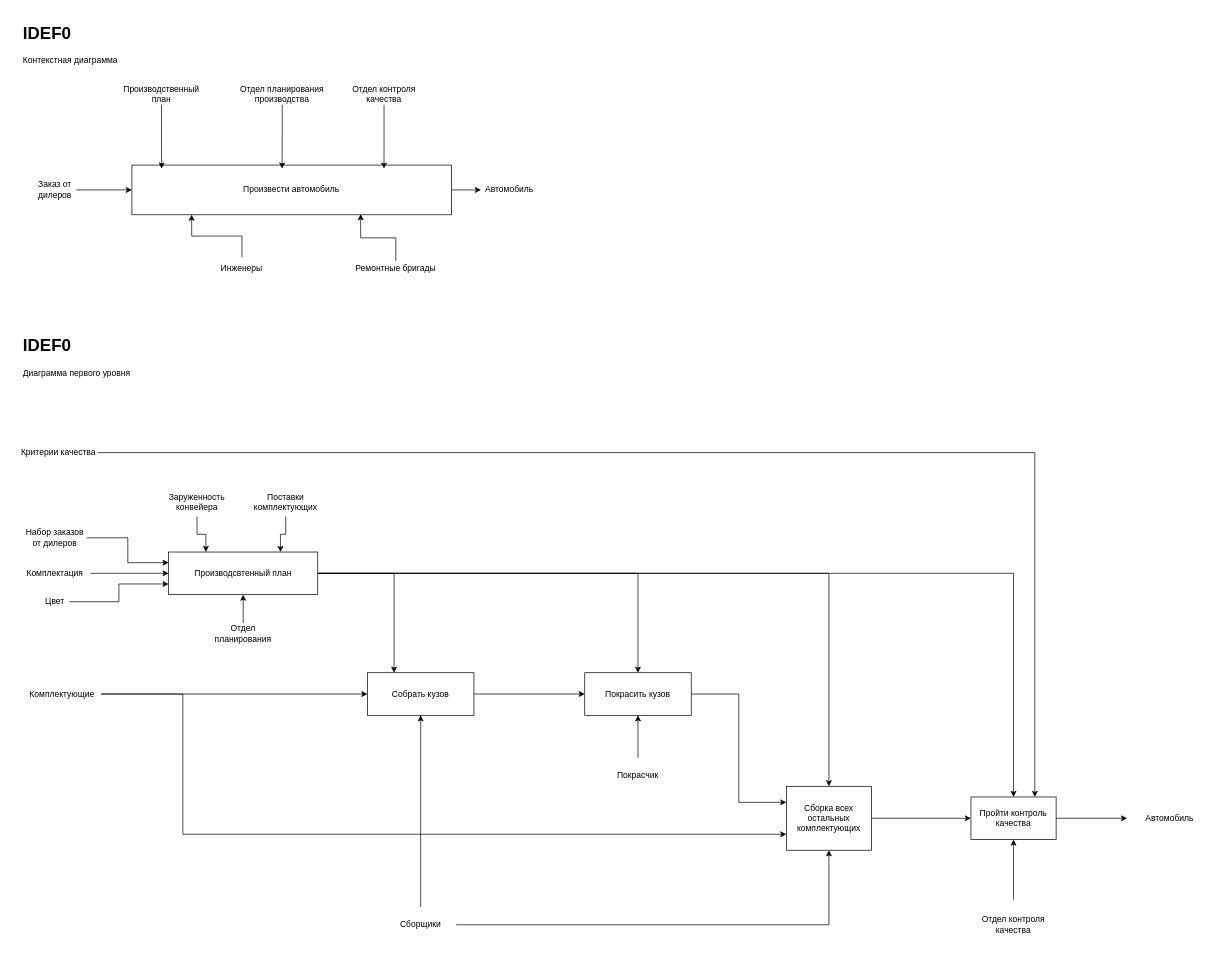
Before: hw03-rfp/RFP_IDEF0_Surkov.drawio in maximumSHOT-HSE/SD, a draw.io diagram. Source tidied: cells renumbered, new cells numbered last; positions are measured from the earlier drawing's top-left corner, leaving out a move shared by most shapes. Both pictures are drawn from the tidied source at 71%, with x=0, y=0 at pixel (19, 19).
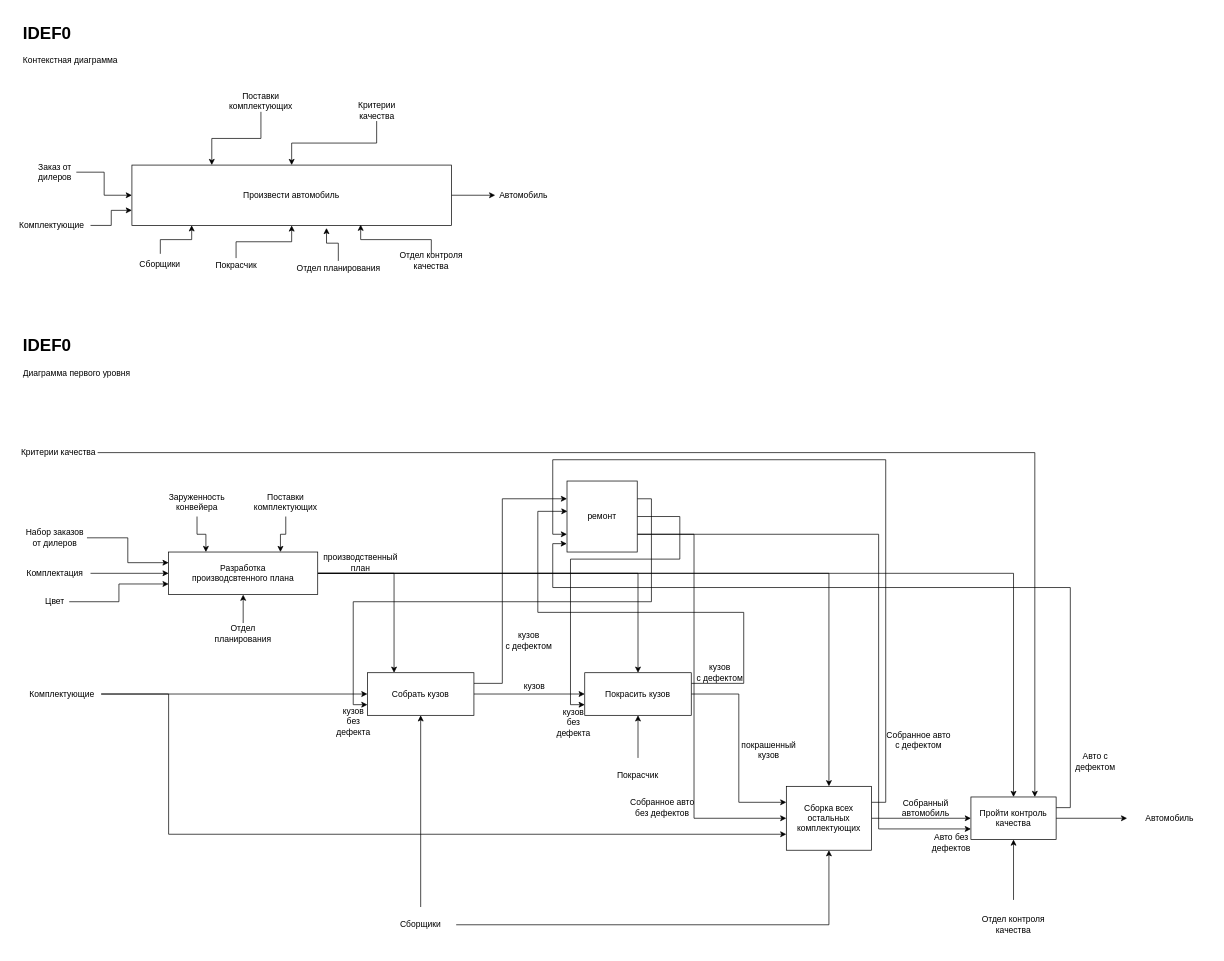
The same diagram, later.

The change refers to these unchanged cells:
```xml
<mxCell id="39" value="Комплектующие" style="text;html=1;strokeColor=none;fillColor=none;align=center;verticalAlign=middle;whiteSpace=wrap;rounded=0;" parent="1" vertex="1">
  <mxGeometry x="5" y="935" width="110" height="30" as="geometry" />
</mxCell>
<mxCell id="41" value="Сборка всех остальных комплектующих" style="rounded=0;whiteSpace=wrap;html=1;" parent="1" vertex="1">
  <mxGeometry x="1080" y="1080" width="120" height="90" as="geometry" />
</mxCell>
<mxCell id="43" value="Собрать кузов" style="rounded=0;whiteSpace=wrap;html=1;" parent="1" vertex="1">
  <mxGeometry x="490" y="920" width="150" height="60" as="geometry" />
</mxCell>
<mxCell id="47" value="Покрасить кузов" style="rounded=0;whiteSpace=wrap;html=1;" parent="1" vertex="1">
  <mxGeometry x="796.1" y="920" width="150" height="60" as="geometry" />
</mxCell>
<mxCell id="51" value="Пройти контроль качества" style="rounded=0;whiteSpace=wrap;html=1;" parent="1" vertex="1">
  <mxGeometry x="1340" y="1095" width="120" height="60" as="geometry" />
</mxCell>
```

What changed in the source:
```diff
@@
     <mxCell id="3" value="Заказ от дилеров" style="text;html=1;strokeColor=none;fillColor=none;align=center;verticalAlign=middle;whiteSpace=wrap;rounded=0;" parent="1" vertex="1">
-      <mxGeometry x="20" y="225" width="60" height="30" as="geometry" />
+      <mxGeometry x="20" y="200" width="60" height="30" as="geometry" />
     </mxCell>
@@
     <mxCell id="5" value="Произвести автомобиль" style="rounded=0;whiteSpace=wrap;html=1;" parent="1" vertex="1">
-      <mxGeometry x="158.3" y="205" width="450" height="70" as="geometry" />
+      <mxGeometry x="158.3" y="205" width="450" height="85" as="geometry" />
     </mxCell>
     <mxCell id="6" value="Автомобиль" style="text;html=1;strokeColor=none;fillColor=none;align=center;verticalAlign=middle;whiteSpace=wrap;rounded=0;" parent="1" vertex="1">
-      <mxGeometry x="650" y="230" width="80" height="20" as="geometry" />
+      <mxGeometry x="670" y="237.5" width="80" height="20" as="geometry" />
     </mxCell>
-    <mxCell id="7" style="edgeStyle=orthogonalEdgeStyle;rounded=0;jettySize=auto;html=1;entryX=0.093;entryY=0.071;entryDx=0;entryDy=0;entryPerimeter=0;" parent="1" edge="1" source="8" target="5">
-      <mxGeometry relative="1" as="geometry" />
-    </mxCell>
-    <mxCell id="8" value="Производственный план" style="text;html=1;strokeColor=none;fillColor=none;align=center;verticalAlign=middle;whiteSpace=wrap;rounded=0;" parent="1" vertex="1">
-      <mxGeometry x="160" y="90" width="80" height="30" as="geometry" />
-    </mxCell>
-    <mxCell id="9" style="edgeStyle=orthogonalEdgeStyle;rounded=0;jettySize=auto;html=1;entryX=0.789;entryY=0.071;entryDx=0;entryDy=0;entryPerimeter=0;" parent="1" edge="1" source="10" target="5">
-      <mxGeometry relative="1" as="geometry" />
-    </mxCell>
-    <mxCell id="10" value="Отдел контроля качества" style="text;html=1;strokeColor=none;fillColor=none;align=center;verticalAlign=middle;whiteSpace=wrap;rounded=0;" parent="1" vertex="1">
-      <mxGeometry x="460" y="90" width="106.7" height="30" as="geometry" />
-    </mxCell>
-    <mxCell id="11" style="edgeStyle=orthogonalEdgeStyle;rounded=0;jettySize=auto;html=1;entryX=0.47;entryY=0.071;entryDx=0;entryDy=0;entryPerimeter=0;" parent="1" edge="1" source="12" target="5">
+    <mxCell id="11" style="edgeStyle=orthogonalEdgeStyle;rounded=0;jettySize=auto;html=1;entryX=0.25;entryY=0;entryDx=0;entryDy=0;" parent="1" edge="1" source="12" target="5">
       <mxGeometry relative="1" as="geometry" />
     </mxCell>
-    <mxCell id="12" value="Отдел планирования производства" style="text;html=1;strokeColor=none;fillColor=none;align=center;verticalAlign=middle;whiteSpace=wrap;rounded=0;" parent="1" vertex="1">
-      <mxGeometry x="310" y="90" width="120" height="30" as="geometry" />
+    <mxCell id="12" value="Поставки комплектующих" style="text;html=1;strokeColor=none;fillColor=none;align=center;verticalAlign=middle;whiteSpace=wrap;rounded=0;" parent="1" vertex="1">
+      <mxGeometry x="280" y="100" width="120" height="30" as="geometry" />
     </mxCell>
@@
-    <mxCell id="14" value="Инженеры" style="text;html=1;strokeColor=none;fillColor=none;align=center;verticalAlign=middle;whiteSpace=wrap;rounded=0;" parent="1" vertex="1">
-      <mxGeometry x="273.3" y="335" width="80" height="30" as="geometry" />
+    <mxCell id="14" value="Сборщики" style="text;html=1;strokeColor=none;fillColor=none;align=center;verticalAlign=middle;whiteSpace=wrap;rounded=0;" parent="1" vertex="1">
+      <mxGeometry x="158.3" y="330" width="80" height="30" as="geometry" />
     </mxCell>
@@
-    <mxCell id="16" value="Ремонтные бригады" style="text;html=1;strokeColor=none;fillColor=none;align=center;verticalAlign=middle;whiteSpace=wrap;rounded=0;" parent="1" vertex="1">
-      <mxGeometry x="470" y="340" width="120" height="20" as="geometry" />
+    <mxCell id="16" value="Отдел контроля качества" style="text;html=1;strokeColor=none;fillColor=none;align=center;verticalAlign=middle;whiteSpace=wrap;rounded=0;" parent="1" vertex="1">
+      <mxGeometry x="520" y="330" width="120" height="20" as="geometry" />
     </mxCell>
@@
-    <mxCell id="29" value="Производсвтенный план" style="rounded=0;whiteSpace=wrap;html=1;" parent="1" vertex="1">
+    <mxCell id="29" value="Разработка &lt;br&gt;производсвтенного плана" style="rounded=0;whiteSpace=wrap;html=1;" parent="1" vertex="1">
       <mxGeometry x="210" y="750" width="210" height="60" as="geometry" />
     </mxCell>
@@
     <mxCell id="38" style="edgeStyle=orthogonalEdgeStyle;rounded=0;jettySize=auto;html=1;entryX=0;entryY=0.75;entryDx=0;entryDy=0;" parent="1" edge="1" source="39" target="41">
       <mxGeometry relative="1" as="geometry">
         <Array as="points">
-          <mxPoint x="230" y="950" />
-          <mxPoint x="230" y="1148" />
+          <mxPoint x="210" y="950" />
+          <mxPoint x="210" y="1148" />
         </Array>
       </mxGeometry>
     </mxCell>
@@
+    <mxCell id="57" style="edgeStyle=orthogonalEdgeStyle;rounded=0;jettySize=auto;html=1;exitX=1;exitY=0.25;exitDx=0;exitDy=0;entryX=0;entryY=0.75;entryDx=0;entryDy=0;" parent="1" edge="1" source="41" target="75">
+      <mxGeometry relative="1" as="geometry">
+        <Array as="points">
+          <mxPoint x="1220" y="1103" />
+          <mxPoint x="1220" y="620" />
+          <mxPoint x="751" y="620" />
+          <mxPoint x="751" y="725" />
+        </Array>
+      </mxGeometry>
+    </mxCell>
@@
+    <mxCell id="58" style="edgeStyle=orthogonalEdgeStyle;rounded=0;jettySize=auto;html=1;exitX=1;exitY=0.25;exitDx=0;exitDy=0;entryX=0;entryY=0.25;entryDx=0;entryDy=0;" parent="1" edge="1" source="43" target="75">
+      <mxGeometry relative="1" as="geometry">
+        <Array as="points">
+          <mxPoint x="680" y="935" />
+          <mxPoint x="680" y="675" />
+        </Array>
+      </mxGeometry>
+    </mxCell>
@@
+    <mxCell id="59" style="edgeStyle=orthogonalEdgeStyle;rounded=0;jettySize=auto;html=1;exitX=1;exitY=0.25;exitDx=0;exitDy=0;entryX=0.006;entryY=0.427;entryDx=0;entryDy=0;entryPerimeter=0;" parent="1" edge="1" source="47" target="75">
+      <mxGeometry relative="1" as="geometry">
+        <Array as="points">
+          <mxPoint x="1020" y="935" />
+          <mxPoint x="1020" y="835" />
+          <mxPoint x="730" y="835" />
+          <mxPoint x="730" y="693" />
+        </Array>
+      </mxGeometry>
+    </mxCell>
@@
+    <mxCell id="60" style="edgeStyle=orthogonalEdgeStyle;rounded=0;jettySize=auto;html=1;exitX=1;exitY=0.25;exitDx=0;exitDy=0;entryX=-0.003;entryY=0.882;entryDx=0;entryDy=0;entryPerimeter=0;" parent="1" edge="1" source="51" target="75">
+      <mxGeometry relative="1" as="geometry">
+        <Array as="points">
+          <mxPoint x="1480" y="1110" />
+          <mxPoint x="1480" y="800" />
+          <mxPoint x="751" y="800" />
+          <mxPoint x="751" y="738" />
+        </Array>
+      </mxGeometry>
+    </mxCell>
@@
+    <mxCell id="61" style="edgeStyle=orthogonalEdgeStyle;rounded=0;jettySize=auto;html=1;" parent="1" edge="1" source="62" target="5">
+      <mxGeometry relative="1" as="geometry" />
+    </mxCell>
+    <mxCell id="62" value="Покрасчик" style="text;html=1;align=center;verticalAlign=middle;points=[];" parent="1" vertex="1">
+      <mxGeometry x="270" y="336" width="70" height="20" as="geometry" />
+    </mxCell>
+    <mxCell id="63" style="edgeStyle=orthogonalEdgeStyle;rounded=0;jettySize=auto;html=1;entryX=0;entryY=0.75;entryDx=0;entryDy=0;" parent="1" edge="1" source="64" target="5">
+      <mxGeometry relative="1" as="geometry" />
+    </mxCell>
+    <mxCell id="64" value="Комплектующие" style="text;html=1;align=center;verticalAlign=middle;points=[];" parent="1" vertex="1">
+      <mxGeometry x="-10" y="280" width="110" height="20" as="geometry" />
+    </mxCell>
+    <mxCell id="65" style="edgeStyle=orthogonalEdgeStyle;rounded=0;jettySize=auto;html=1;entryX=0.609;entryY=1.043;entryDx=0;entryDy=0;entryPerimeter=0;" parent="1" edge="1" source="66" target="5">
+      <mxGeometry relative="1" as="geometry" />
+    </mxCell>
+    <mxCell id="66" value="Отдел планирования" style="text;html=1;align=center;verticalAlign=middle;points=[];" parent="1" vertex="1">
+      <mxGeometry x="384" y="340" width="130" height="20" as="geometry" />
+    </mxCell>
+    <mxCell id="67" value="производственный&lt;br&gt;план" style="text;html=1;align=center;verticalAlign=middle;" parent="1" vertex="1">
+      <mxGeometry x="420" y="750" width="120" height="30" as="geometry" />
+    </mxCell>
+    <mxCell id="68" value="кузов" style="text;html=1;align=center;verticalAlign=middle;" parent="1" vertex="1">
+      <mxGeometry x="700" y="930" width="50" height="20" as="geometry" />
+    </mxCell>
+    <mxCell id="69" value="покрашенный&lt;br&gt;кузов" style="text;html=1;align=center;verticalAlign=middle;" parent="1" vertex="1">
+      <mxGeometry x="1010" y="1014" width="90" height="30" as="geometry" />
+    </mxCell>
+    <mxCell id="70" value="Собранный&lt;br&gt;автомобиль" style="text;html=1;align=center;verticalAlign=middle;" parent="1" vertex="1">
+      <mxGeometry x="1236" y="1096" width="80" height="30" as="geometry" />
+    </mxCell>
+    <mxCell id="71" style="edgeStyle=orthogonalEdgeStyle;rounded=0;jettySize=auto;html=1;exitX=1;exitY=0.25;exitDx=0;exitDy=0;entryX=0;entryY=0.75;entryDx=0;entryDy=0;" parent="1" edge="1" source="75" target="43">
+      <mxGeometry relative="1" as="geometry">
+        <Array as="points">
+          <mxPoint x="890" y="675" />
+          <mxPoint x="890" y="820" />
+          <mxPoint x="470" y="820" />
+          <mxPoint x="470" y="965" />
+        </Array>
+      </mxGeometry>
+    </mxCell>
+    <mxCell id="72" style="edgeStyle=orthogonalEdgeStyle;rounded=0;jettySize=auto;html=1;exitX=1;exitY=0.5;exitDx=0;exitDy=0;entryX=0;entryY=0.75;entryDx=0;entryDy=0;" parent="1" edge="1" source="75" target="47">
+      <mxGeometry relative="1" as="geometry">
+        <Array as="points">
+          <mxPoint x="930" y="700" />
+          <mxPoint x="930" y="760" />
+          <mxPoint x="776" y="760" />
+          <mxPoint x="776" y="965" />
+        </Array>
+      </mxGeometry>
+    </mxCell>
+    <mxCell id="73" style="edgeStyle=orthogonalEdgeStyle;rounded=0;jettySize=auto;html=1;exitX=1;exitY=0.75;exitDx=0;exitDy=0;entryX=0;entryY=0.5;entryDx=0;entryDy=0;" parent="1" edge="1" source="75" target="41">
+      <mxGeometry relative="1" as="geometry">
+        <Array as="points">
+          <mxPoint x="950" y="725" />
+          <mxPoint x="950" y="1125" />
+        </Array>
+      </mxGeometry>
+    </mxCell>
+    <mxCell id="74" style="edgeStyle=orthogonalEdgeStyle;rounded=0;jettySize=auto;html=1;exitX=1;exitY=0.75;exitDx=0;exitDy=0;entryX=0;entryY=0.75;entryDx=0;entryDy=0;" parent="1" edge="1" source="75" target="51">
+      <mxGeometry relative="1" as="geometry">
+        <Array as="points">
+          <mxPoint x="1210" y="725" />
+          <mxPoint x="1210" y="1140" />
+        </Array>
+      </mxGeometry>
+    </mxCell>
+    <mxCell id="75" value="ремонт" style="rounded=0;whiteSpace=wrap;html=1;" parent="1" vertex="1">
+      <mxGeometry x="771.1" y="650" width="98.9" height="100" as="geometry" />
+    </mxCell>
+    <mxCell id="76" value="кузов&lt;br&gt;с дефектом" style="text;html=1;align=center;verticalAlign=middle;" parent="1" vertex="1">
+      <mxGeometry x="677" y="860" width="80" height="30" as="geometry" />
+    </mxCell>
+    <mxCell id="77" value="кузов&lt;br&gt;без&lt;br&gt;дефекта" style="text;html=1;align=center;verticalAlign=middle;" parent="1" vertex="1">
+      <mxGeometry x="440" y="964" width="60" height="50" as="geometry" />
+    </mxCell>
+    <mxCell id="78" value="кузов&lt;br&gt;с дефектом" style="text;html=1;align=center;verticalAlign=middle;" parent="1" vertex="1">
+      <mxGeometry x="946.1" y="905" width="80" height="30" as="geometry" />
+    </mxCell>
+    <mxCell id="79" value="кузов&lt;br&gt;без&lt;br&gt;дефекта" style="text;html=1;align=center;verticalAlign=middle;" parent="1" vertex="1">
+      <mxGeometry x="750" y="965" width="60" height="50" as="geometry" />
+    </mxCell>
+    <mxCell id="80" value="Собранное авто&lt;br&gt;с дефектом" style="text;html=1;align=center;verticalAlign=middle;" parent="1" vertex="1">
+      <mxGeometry x="1211" y="1000" width="110" height="30" as="geometry" />
+    </mxCell>
+    <mxCell id="81" value="Собранное авто&lt;br&gt;без дефектов" style="text;html=1;align=center;verticalAlign=middle;" parent="1" vertex="1">
+      <mxGeometry x="850" y="1095" width="110" height="30" as="geometry" />
+    </mxCell>
+    <mxCell id="82" value="Авто с&lt;br&gt;дефектом" style="text;html=1;align=center;verticalAlign=middle;" parent="1" vertex="1">
+      <mxGeometry x="1480" y="1030" width="70" height="30" as="geometry" />
+    </mxCell>
+    <mxCell id="83" value="Авто без&lt;br&gt;дефектов" style="text;html=1;align=center;verticalAlign=middle;" parent="1" vertex="1">
+      <mxGeometry x="1277" y="1144" width="70" height="30" as="geometry" />
+    </mxCell>
+    <mxCell id="84" style="edgeStyle=orthogonalEdgeStyle;rounded=0;jettySize=auto;html=1;" parent="1" edge="1" source="85" target="5">
+      <mxGeometry relative="1" as="geometry" />
+    </mxCell>
+    <mxCell id="85" value="Критерии&lt;br&gt;качества" style="text;html=1;align=center;verticalAlign=middle;points=[];" parent="1" vertex="1">
+      <mxGeometry x="468" y="113" width="70" height="30" as="geometry" />
+    </mxCell>
```
